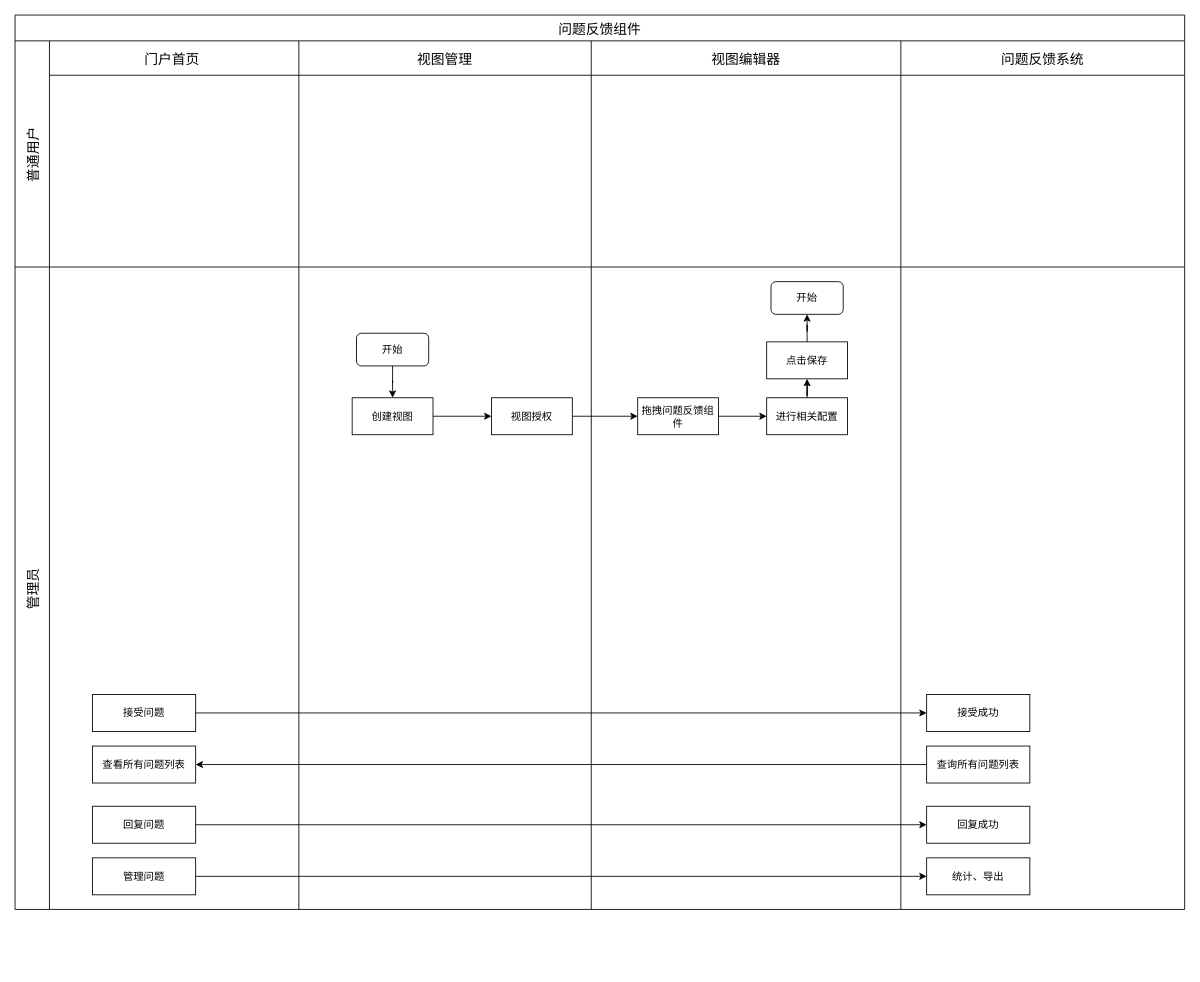
The draw.io diagram draw.io/模型画画.drawio in Liang-yonghui/draw, before the edit. Source tidied: cells renumbered, new cells numbered last; positions are measured from the earlier drawing's top-left corner, leaving out a move shared by most shapes. Both pictures are drawn from the tidied source at 86%, with x=0, y=0 at pixel (15, 15).
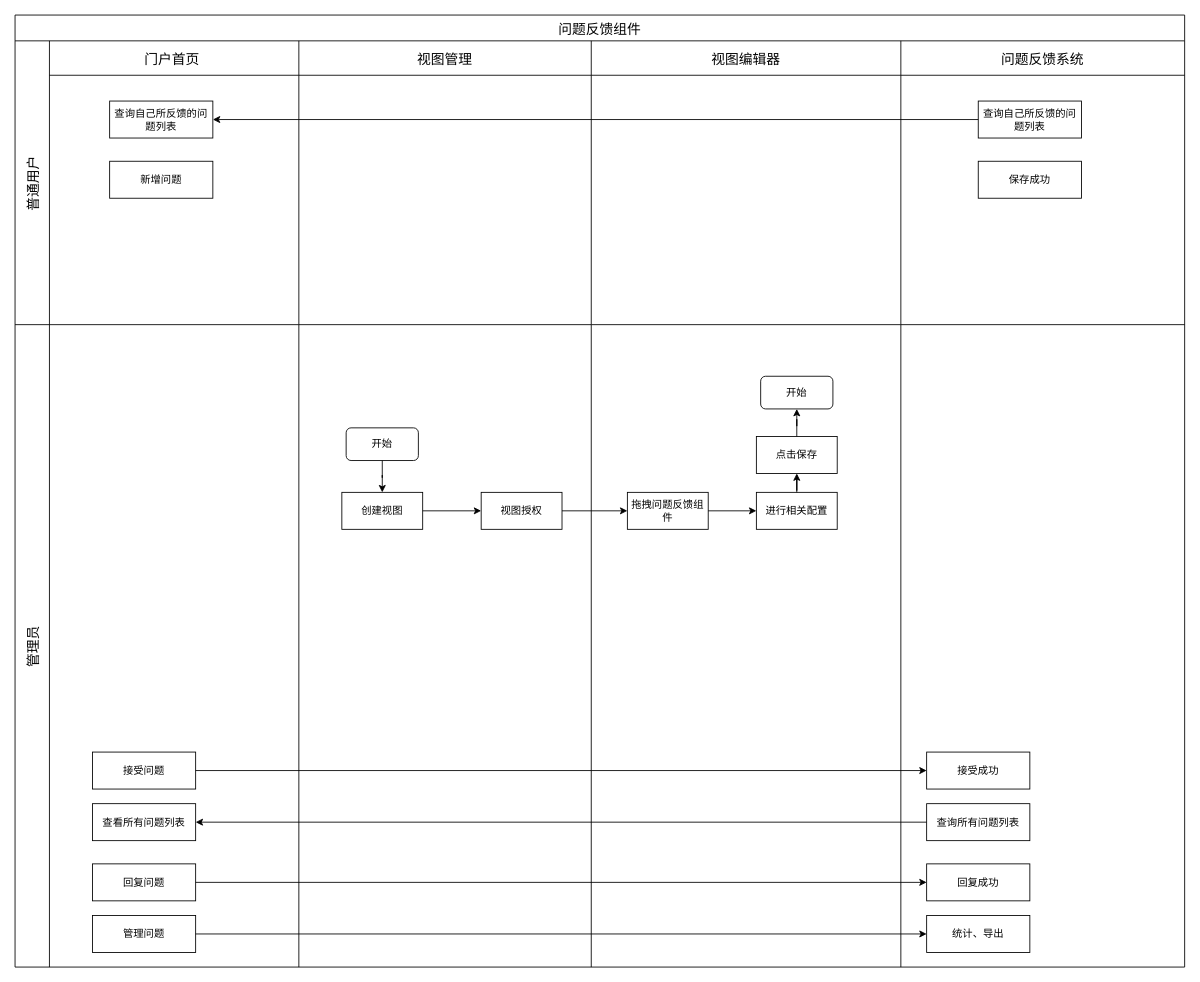
The same page after the edit.

Commit message (it also covers changes not shown here):
更新模型画画.drawio

Unchanged cells that the change refers to:
```xml
<mxCell id="10" style="swimlane;swimlaneHead=0;swimlaneBody=0;fontStyle=0;strokeColor=inherit;fillColor=none;startSize=0;fontSize=16;" parent="8" vertex="1">
  <mxGeometry x="330" width="340" height="747" as="geometry" />
</mxCell>
```

What changed in the source:
```diff
@@
     <mxCell id="2" value="问题反馈组件" style="shape=table;childLayout=tableLayout;startSize=30;fontSize=16;" parent="1" vertex="1">
-      <mxGeometry width="1360" height="1040" as="geometry" />
+      <mxGeometry width="1360" height="1107" as="geometry" />
     </mxCell>
     <mxCell id="3" value="普通用户" style="shape=tableRow;horizontal=0;swimlaneHead=0;swimlaneBody=0;top=0;left=0;strokeColor=inherit;bottom=0;right=0;fontStyle=0;fillColor=none;startSize=40;fontSize=16;" parent="2" vertex="1">
-      <mxGeometry y="30" width="1360" height="263" as="geometry" />
+      <mxGeometry y="30" width="1360" height="330" as="geometry" />
     </mxCell>
     <mxCell id="4" value="门户首页 " style="swimlane;swimlaneHead=0;swimlaneBody=0;fontStyle=0;strokeColor=inherit;fillColor=none;startSize=40;fontSize=16;" parent="3" vertex="1">
-      <mxGeometry x="40" width="290" height="263" as="geometry" />
+      <mxGeometry x="40" width="290" height="330" as="geometry" />
     </mxCell>
+    <mxCell id="39" value="查询自己所反馈的问题列表" style="rounded=0;whiteSpace=wrap;html=1;" parent="4" vertex="1">
+      <mxGeometry x="70" y="70" width="120" height="43" as="geometry" />
+    </mxCell>
+    <mxCell id="40" value="新增问题" style="rounded=0;whiteSpace=wrap;html=1;" parent="4" vertex="1">
+      <mxGeometry x="70" y="140" width="120" height="43" as="geometry" />
+    </mxCell>
     <mxCell id="5" value="视图管理" style="swimlane;swimlaneHead=0;swimlaneBody=0;fontStyle=0;strokeColor=inherit;fillColor=none;startSize=40;fontSize=16;" parent="3" vertex="1">
-      <mxGeometry x="330" width="340" height="263" as="geometry" />
+      <mxGeometry x="330" width="340" height="330" as="geometry" />
     </mxCell>
     <mxCell id="6" value="视图编辑器" style="swimlane;swimlaneHead=0;swimlaneBody=0;fontStyle=0;strokeColor=inherit;fillColor=none;startSize=40;fontSize=16;" parent="3" vertex="1">
-      <mxGeometry x="670" width="360" height="263" as="geometry" />
+      <mxGeometry x="670" width="360" height="330" as="geometry" />
     </mxCell>
     <mxCell id="7" value="问题反馈系统" style="swimlane;swimlaneHead=0;swimlaneBody=0;fontStyle=0;strokeColor=inherit;fillColor=none;startSize=40;fontSize=16;" parent="3" vertex="1">
-      <mxGeometry x="1030" width="330" height="263" as="geometry" />
+      <mxGeometry x="1030" width="330" height="330" as="geometry" />
     </mxCell>
+    <mxCell id="41" value="查询自己所反馈的问题列表" style="rounded=0;whiteSpace=wrap;html=1;" parent="7" vertex="1">
+      <mxGeometry x="90" y="70" width="120" height="43" as="geometry" />
+    </mxCell>
+    <mxCell id="42" value="保存成功" style="rounded=0;whiteSpace=wrap;html=1;" parent="7" vertex="1">
+      <mxGeometry x="90" y="140" width="120" height="43" as="geometry" />
+    </mxCell>
+    <mxCell id="43" style="edgeStyle=orthogonalEdgeStyle;rounded=0;jettySize=auto;html=1;entryX=1;entryY=0.5;entryDx=0;entryDy=0;" parent="3" edge="1" source="41" target="39">
+      <mxGeometry relative="1" as="geometry" />
+    </mxCell>
     <mxCell id="8" value="管理员" style="shape=tableRow;horizontal=0;swimlaneHead=0;swimlaneBody=0;top=0;left=0;strokeColor=inherit;bottom=0;right=0;fontStyle=0;fillColor=none;startSize=40;fontSize=16;" parent="2" vertex="1">
-      <mxGeometry y="293" width="1360" height="747" as="geometry" />
+      <mxGeometry y="360" width="1360" height="747" as="geometry" />
     </mxCell>
@@
     <mxCell id="11" style="group;" parent="10" vertex="1">
-      <mxGeometry x="62" y="17" width="576" height="178" as="geometry" />
+      <mxGeometry x="50" y="60" width="576" height="178" as="geometry" />
     </mxCell>
```
